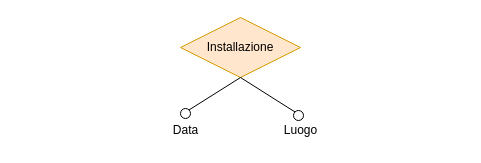
fedeStaffo/Progetto_Basi_di_dati keeps this draw.io diagram as Diagrammi/installazione.drawio. Above is the earlier version. Source tidied: cells renumbered, new cells numbered last; positions are measured from the earlier drawing's top-left corner, leaving out a move shared by most shapes. Both pictures are drawn from the tidied source at 100%, with x=0, y=0 at pixel (160, 17).
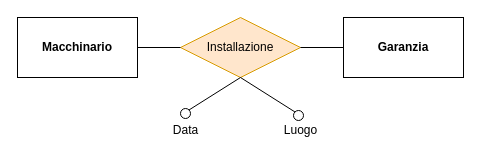
The same page after the edit.

What changed in the source:
```diff
@@
 <mxGraphModel>
   <root>
     <mxCell id="0" />
     <mxCell id="1" parent="0" />
     <mxCell id="2" value="Installazione" style="shape=rhombus;perimeter=rhombusPerimeter;whiteSpace=wrap;html=1;align=center;fillColor=#ffe6cc;strokeColor=#d79b00;" parent="1" vertex="1">
       <mxGeometry x="20" width="120" height="60" as="geometry" />
     </mxCell>
     <mxCell id="3" style="ellipse;whiteSpace=wrap;html=1;" parent="1" vertex="1">
       <mxGeometry x="20" y="91" width="10" height="10" as="geometry" />
     </mxCell>
     <mxCell id="4" value="Data" style="text;html=1;align=center;verticalAlign=middle;strokeColor=none;fillColor=none;" parent="1" vertex="1">
       <mxGeometry y="98" width="50" height="30" as="geometry" />
     </mxCell>
     <mxCell id="5" style="ellipse;whiteSpace=wrap;html=1;" parent="1" vertex="1">
       <mxGeometry x="133" y="93" width="10" height="10" as="geometry" />
     </mxCell>
     <mxCell id="6" value="Luogo" style="text;html=1;align=center;verticalAlign=middle;strokeColor=none;fillColor=none;" parent="1" vertex="1">
       <mxGeometry x="110" y="98" width="60" height="30" as="geometry" />
     </mxCell>
     <mxCell id="7" style="endArrow=none;html=1;rounded=0;entryX=0.5;entryY=1;entryDx=0;entryDy=0;exitX=1;exitY=0;exitDx=0;exitDy=0;" parent="1" edge="1" source="3" target="2">
       <mxGeometry relative="1" as="geometry" />
     </mxCell>
     <mxCell id="8" style="endArrow=none;html=1;rounded=0;entryX=0.5;entryY=1;entryDx=0;entryDy=0;exitX=0;exitY=0;exitDx=0;exitDy=0;" parent="1" edge="1" source="5" target="2">
       <mxGeometry relative="1" as="geometry" />
     </mxCell>
+    <mxCell id="9" value="&lt;b&gt;Macchinario&lt;/b&gt;" style="rounded=0;whiteSpace=wrap;html=1;" parent="1" vertex="1">
+      <mxGeometry x="-143" width="120" height="60" as="geometry" />
+    </mxCell>
+    <mxCell id="10" value="&lt;b&gt;Garanzia&lt;/b&gt;" style="rounded=0;whiteSpace=wrap;html=1;" parent="1" vertex="1">
+      <mxGeometry x="183" width="120" height="60" as="geometry" />
+    </mxCell>
+    <mxCell id="11" style="endArrow=none;html=1;rounded=0;entryX=1;entryY=0.5;entryDx=0;entryDy=0;exitX=0;exitY=0.5;exitDx=0;exitDy=0;" parent="1" edge="1" source="2" target="9">
+      <mxGeometry relative="1" as="geometry" />
+    </mxCell>
+    <mxCell id="12" style="endArrow=none;html=1;rounded=0;entryX=1;entryY=0.5;entryDx=0;entryDy=0;exitX=0;exitY=0.5;exitDx=0;exitDy=0;" parent="1" edge="1" source="10" target="2">
+      <mxGeometry relative="1" as="geometry" />
+    </mxCell>
   </root>
 </mxGraphModel>
```
